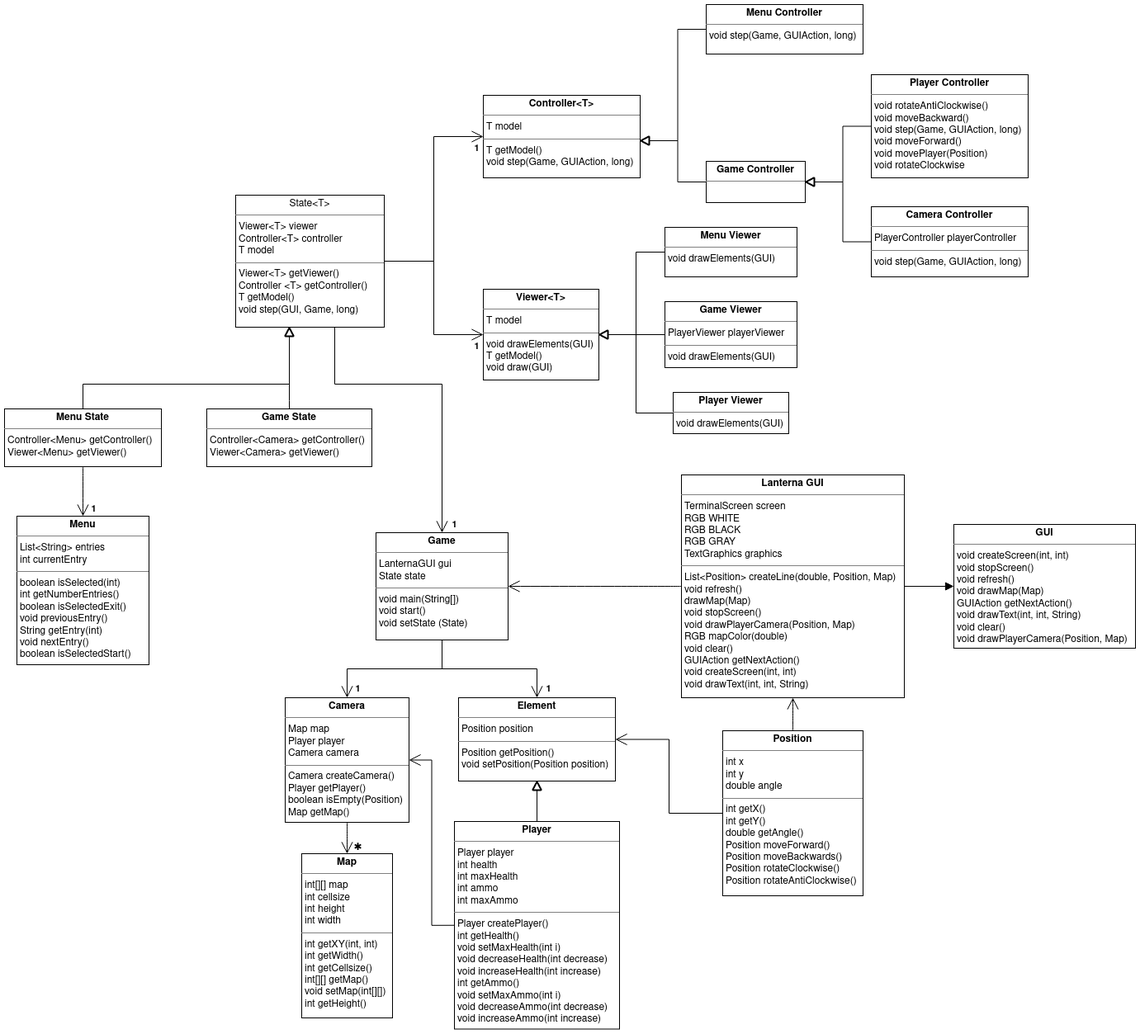
Above: docs/UML/wolfensteinUML[FINAL].png in HenriqueSFernandes/wolfensteinmock (draw.io), before the change. Source tidied: cells renumbered, new cells last; positions are measured from the earlier drawing's top-left corner, leaving out a move shared by most shapes.
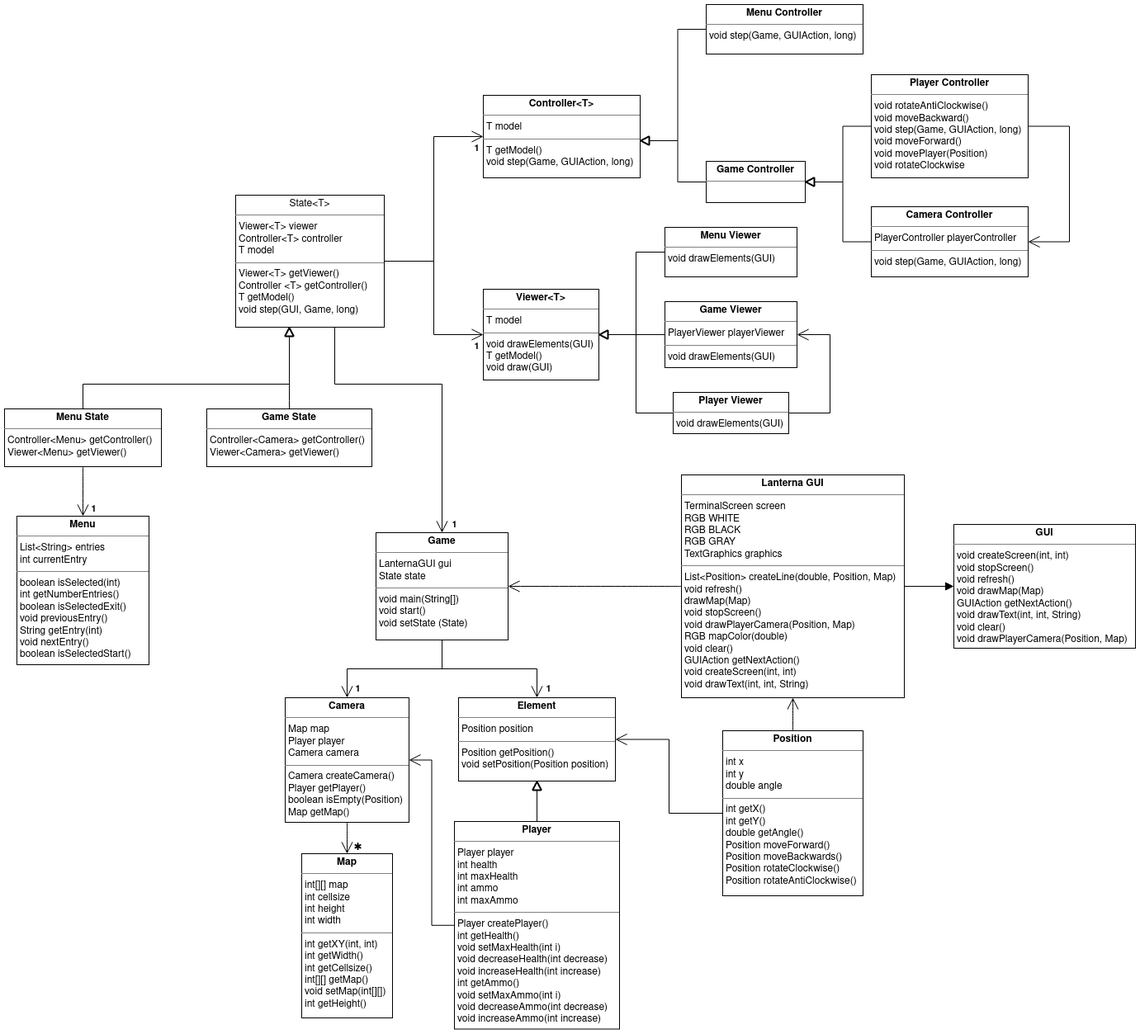
After the change.

Commit message:
last minute UML changes

Diff of the diagram source:
```diff
@@ -196,5 +196,21 @@
     <mxCell id="57" value="&lt;font size=&quot;1&quot;&gt;&lt;b style=&quot;font-size: 11px;&quot;&gt;1&lt;/b&gt;&lt;/font&gt;" style="text;html=1;strokeColor=none;fillColor=none;align=center;verticalAlign=middle;whiteSpace=wrap;rounded=0;" parent="1" vertex="1">
       <mxGeometry x="570" y="170" width="5" height="10" as="geometry" />
     </mxCell>
+    <mxCell id="58" style="endArrow=open;endFill=1;endSize=12;html=1;rounded=0;fontSize=12;exitX=1;exitY=0.5;exitDx=0;exitDy=0;entryX=1;entryY=0.5;entryDx=0;entryDy=0;edgeStyle=orthogonalEdgeStyle;" parent="1" edge="1" source="15" target="16">
+      <mxGeometry relative="1" as="geometry">
+        <Array as="points">
+          <mxPoint x="1290" y="148" />
+          <mxPoint x="1290" y="288" />
+        </Array>
+      </mxGeometry>
+    </mxCell>
+    <mxCell id="59" style="endArrow=open;endFill=1;endSize=12;html=1;rounded=0;fontSize=12;exitX=1;exitY=0.5;exitDx=0;exitDy=0;entryX=1;entryY=0.5;entryDx=0;entryDy=0;edgeStyle=orthogonalEdgeStyle;" parent="1" edge="1" source="23" target="22">
+      <mxGeometry relative="1" as="geometry">
+        <Array as="points">
+          <mxPoint x="1000" y="495" />
+          <mxPoint x="1000" y="400" />
+        </Array>
+      </mxGeometry>
+    </mxCell>
   </root>
 </mxGraphModel>
```
